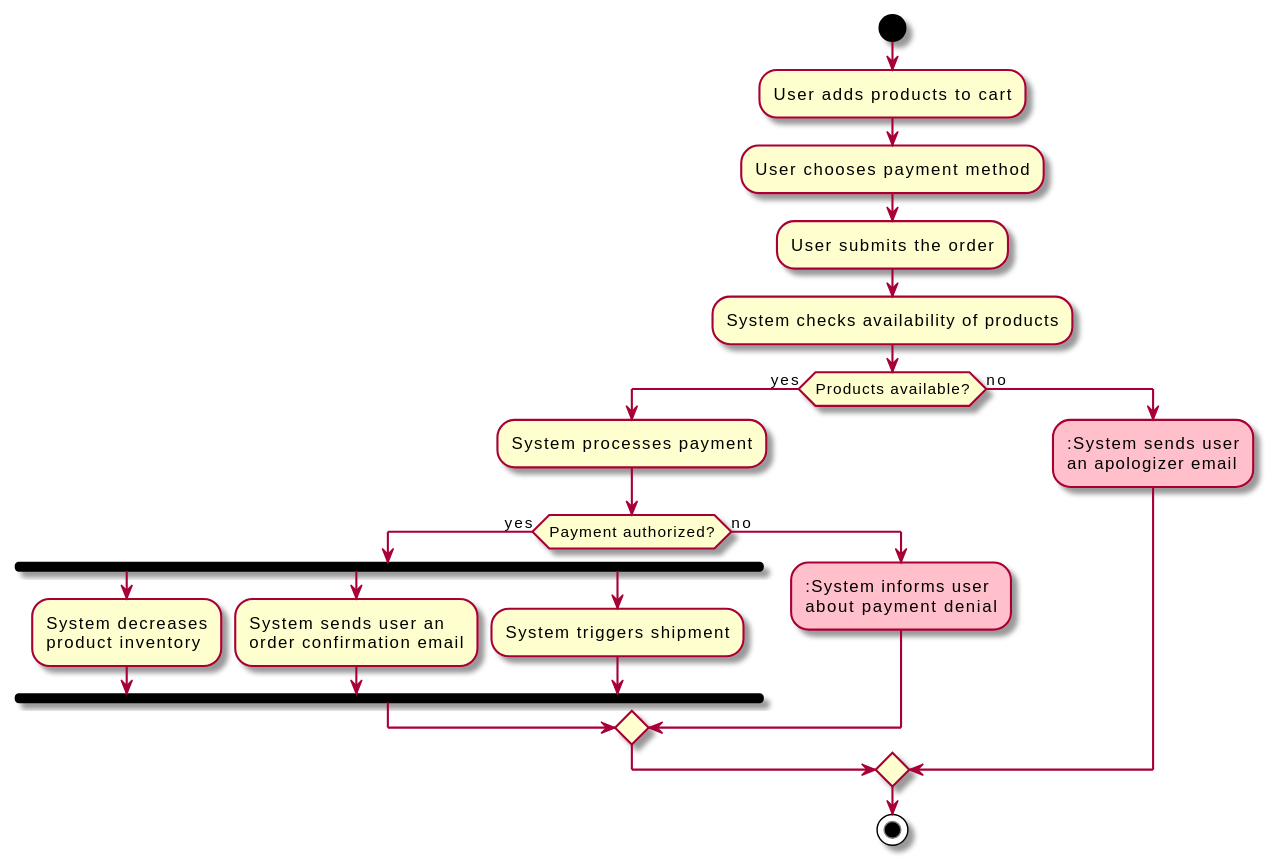
This is public/images/posts/awesome-backend/checkout-flow-chart.svg from viniciusvasti/my-personal-website, a PlantUML export, as it was before one commit. Source of this version:
```plantuml
@startuml

start
:User adds products to cart;
:User chooses payment method;
:User submits the order;
:System checks availability of products;
if (Products available?) then (yes)
    :System processes payment;
    if (Payment authorized?) then (yes)
        fork
            :System decreases
            product inventory;
        fork again
            :System sends user an
            order confirmation email;
        fork again
            :System triggers shipment;
        end fork
    else (no)
        #pink::System informs user
        about payment denial;
    endif
else (no)
    #pink::System sends user
    an apologizer email;
endif

stop

@enduml
```
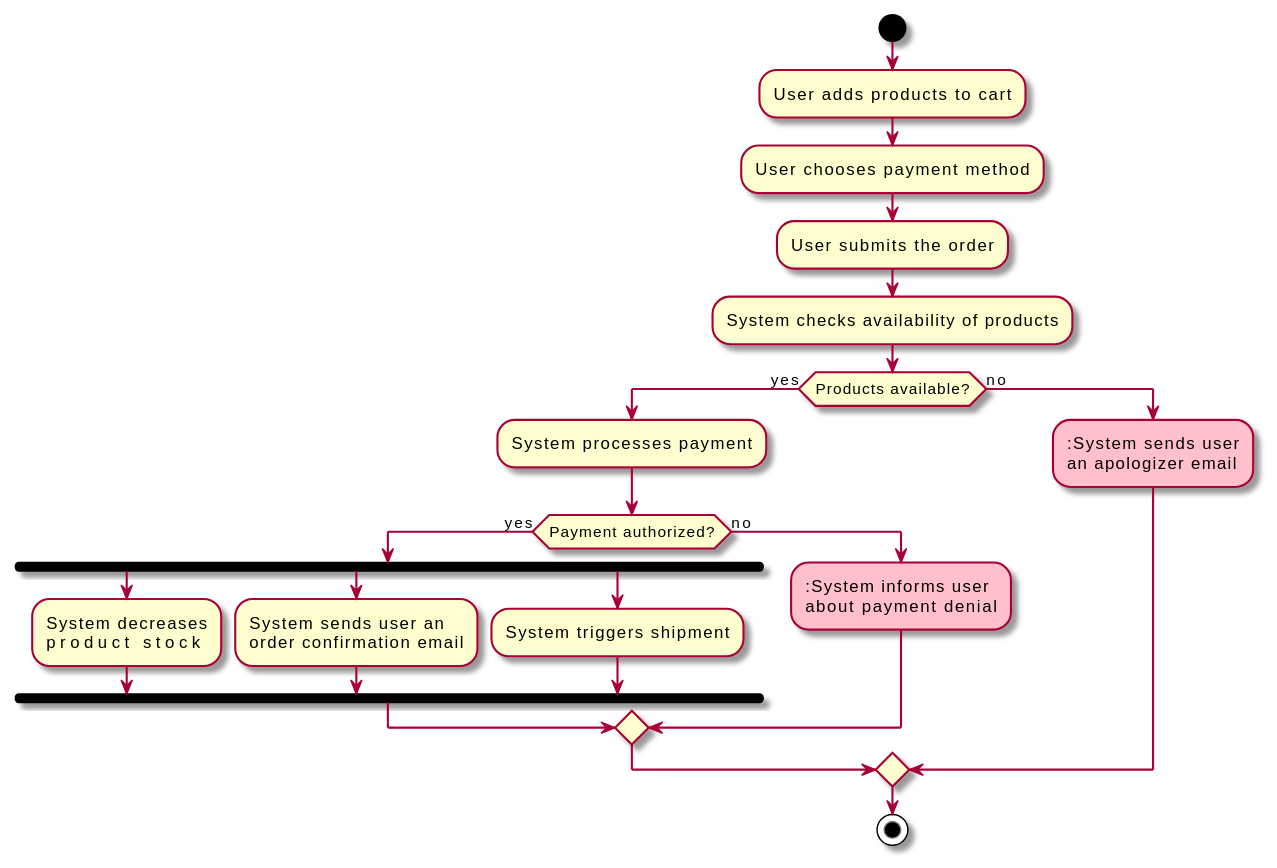
After the commit.

Commit message:
Exchange Inventory -> Stock

Diff of the diagram source:
```diff
@@ -10,7 +10,7 @@
     if (Payment authorized?) then (yes)
         fork
             :System decreases
-            product inventory;
+            product stock;
         fork again
             :System sends user an
             order confirmation email;
```
